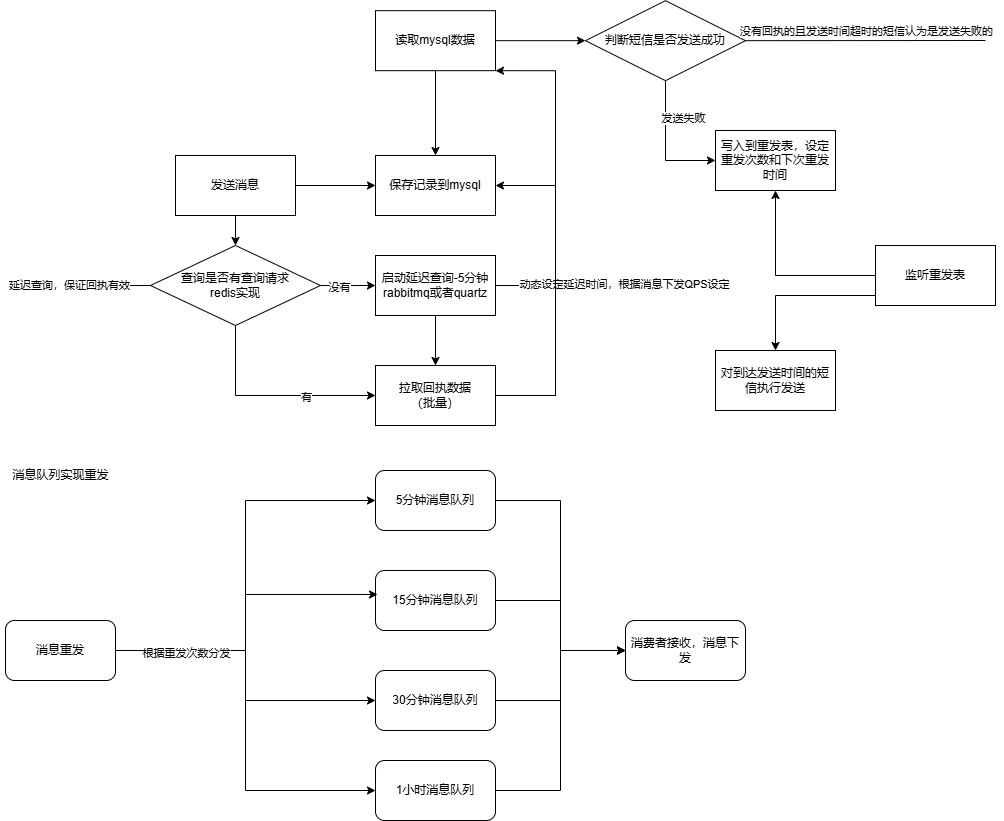
castle926535/xxx keeps this draw.io diagram as 失败重试机制.png. Above is the earlier version. Source tidied: cells renumbered, new cells last; positions are measured from the earlier drawing's top-left corner, leaving out a move shared by most shapes.
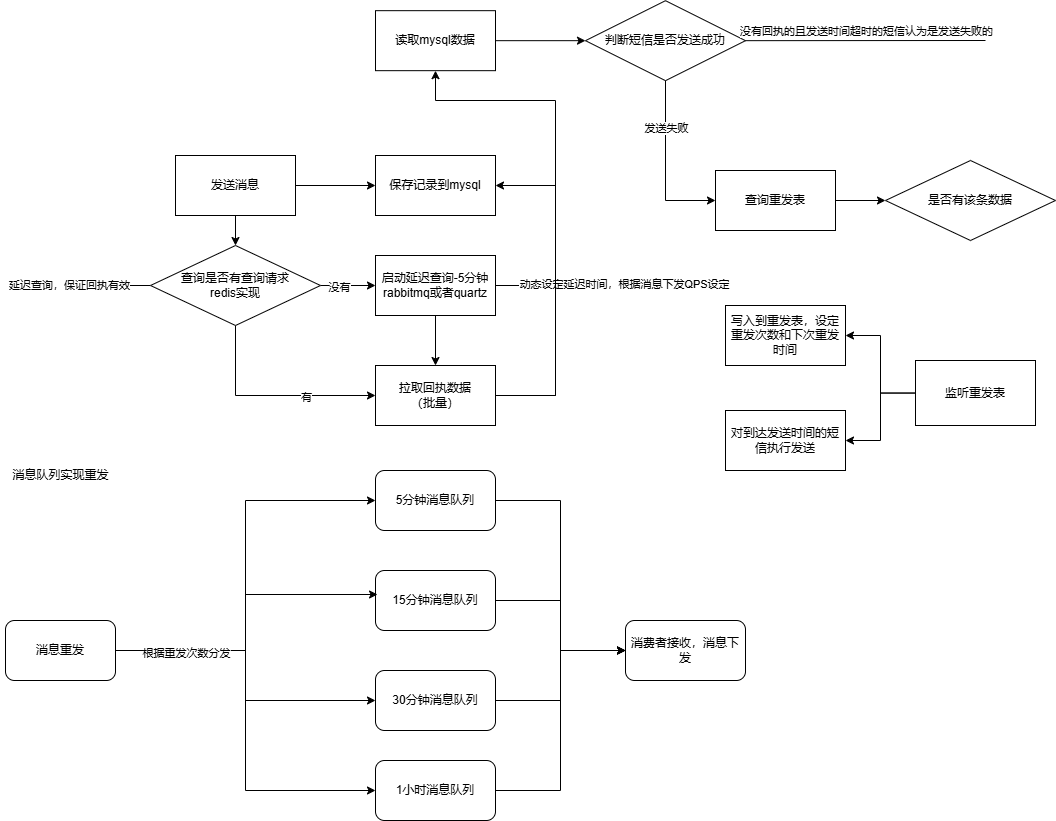
Above is the later version.

Commit message:
更新失败重试机制.png

The edit, as a diff of the source:
```diff
@@ -66,11 +66,12 @@
         </Array>
       </mxGeometry>
     </mxCell>
-    <mxCell id="18" style="edgeStyle=orthogonalEdgeStyle;rounded=0;jettySize=auto;html=1;entryX=1;entryY=1;entryDx=0;entryDy=0;" parent="1" edge="1" source="19" target="26">
+    <mxCell id="18" style="edgeStyle=orthogonalEdgeStyle;rounded=0;jettySize=auto;html=1;entryX=0.5;entryY=1;entryDx=0;entryDy=0;" parent="1" edge="1" source="19" target="26">
       <mxGeometry relative="1" as="geometry">
         <Array as="points">
           <mxPoint x="555" y="395" />
-          <mxPoint x="555" y="70" />
+          <mxPoint x="555" y="100" />
+          <mxPoint x="435" y="100" />
         </Array>
       </mxGeometry>
     </mxCell>
@@ -78,43 +79,40 @@
       <mxGeometry x="375" y="365" width="120" height="60" as="geometry" />
     </mxCell>
     <mxCell id="20" value="写入到重发表，设定重发次数和下次重发时间" style="rounded=0;whiteSpace=wrap;html=1;" parent="1" vertex="1">
-      <mxGeometry x="715" y="130" width="120" height="60" as="geometry" />
+      <mxGeometry x="725" y="305" width="120" height="60" as="geometry" />
     </mxCell>
-    <mxCell id="21" style="edgeStyle=orthogonalEdgeStyle;rounded=0;jettySize=auto;html=1;entryX=0;entryY=0.5;entryDx=0;entryDy=0;" parent="1" edge="1" source="23" target="20">
-      <mxGeometry relative="1" as="geometry" />
+    <mxCell id="21" style="edgeStyle=orthogonalEdgeStyle;rounded=0;jettySize=auto;html=1;exitX=0.5;exitY=1;exitDx=0;exitDy=0;entryX=0;entryY=0.5;entryDx=0;entryDy=0;" parent="1" edge="1" source="23" target="50">
+      <mxGeometry relative="1" as="geometry">
+        <Array as="points">
+          <mxPoint x="665" y="200" />
+        </Array>
+      </mxGeometry>
     </mxCell>
     <mxCell id="22" value="发送失败" style="edgeLabel;html=1;align=center;verticalAlign=middle;" parent="21" vertex="1">
       <mxGeometry x="-0.48" y="3" relative="1" as="geometry">
-        <mxPoint x="14" y="3" as="offset" />
+        <mxPoint x="-3" y="3" as="offset" />
       </mxGeometry>
     </mxCell>
     <mxCell id="23" value="判断短信是否发送成功" style="rhombus;whiteSpace=wrap;html=1;" parent="1" vertex="1">
       <mxGeometry x="585" y="0.2" width="160" height="80" as="geometry" />
     </mxCell>
-    <mxCell id="24" style="edgeStyle=orthogonalEdgeStyle;rounded=0;jettySize=auto;html=1;entryX=0.5;entryY=0;entryDx=0;entryDy=0;" parent="1" edge="1" source="26" target="2">
-      <mxGeometry relative="1" as="geometry" />
-    </mxCell>
     <mxCell id="25" style="edgeStyle=orthogonalEdgeStyle;rounded=0;jettySize=auto;html=1;exitX=1;exitY=0.5;exitDx=0;exitDy=0;entryX=0;entryY=0.5;entryDx=0;entryDy=0;" parent="1" edge="1" source="26" target="23">
       <mxGeometry relative="1" as="geometry" />
     </mxCell>
     <mxCell id="26" value="读取mysql数据" style="rounded=0;whiteSpace=wrap;html=1;" parent="1" vertex="1">
       <mxGeometry x="375" y="10.2" width="120" height="60" as="geometry" />
     </mxCell>
+    <mxCell id="28" style="edgeStyle=orthogonalEdgeStyle;rounded=0;jettySize=auto;html=1;entryX=1;entryY=0.5;entryDx=0;entryDy=0;" parent="1" edge="1" source="29" target="20">
+      <mxGeometry relative="1" as="geometry" />
+    </mxCell>
-    <mxCell id="27" style="edgeStyle=orthogonalEdgeStyle;rounded=0;jettySize=auto;html=1;exitX=1;exitY=0.5;exitDx=0;exitDy=0;" parent="1" edge="1" source="29" target="30">
-      <mxGeometry relative="1" as="geometry">
-        <Array as="points">
-          <mxPoint x="775" y="295" />
-        </Array>
-      </mxGeometry>
+    <mxCell id="27" style="edgeStyle=orthogonalEdgeStyle;rounded=0;jettySize=auto;html=1;entryX=1;entryY=0.5;entryDx=0;entryDy=0;" parent="1" edge="1" source="29" target="30">
+      <mxGeometry relative="1" as="geometry" />
     </mxCell>
-    <mxCell id="28" style="edgeStyle=orthogonalEdgeStyle;rounded=0;jettySize=auto;html=1;entryX=0.5;entryY=1;entryDx=0;entryDy=0;" parent="1" edge="1" source="29" target="20">
-      <mxGeometry relative="1" as="geometry" />
-    </mxCell>
     <mxCell id="29" value="监听重发表" style="rounded=0;whiteSpace=wrap;html=1;" parent="1" vertex="1">
-      <mxGeometry x="875" y="245" width="120" height="60" as="geometry" />
+      <mxGeometry x="915" y="360" width="120" height="65" as="geometry" />
     </mxCell>
     <mxCell id="30" value="对到达发送时间的短信执行发送" style="rounded=0;whiteSpace=wrap;html=1;" parent="1" vertex="1">
-      <mxGeometry x="715" y="350" width="120" height="60" as="geometry" />
+      <mxGeometry x="725" y="410" width="120" height="60" as="geometry" />
     </mxCell>
     <mxCell id="31" style="endArrow=none;html=1;rounded=0;exitX=1;exitY=0.5;exitDx=0;exitDy=0;" parent="1" edge="1" source="23">
       <mxGeometry relative="1" as="geometry">
@@ -172,5 +170,14 @@
     <mxCell id="48" value="消息队列实现重发" style="text;html=1;align=center;verticalAlign=middle;strokeColor=none;fillColor=none;" parent="1" vertex="1">
       <mxGeometry y="460" width="120" height="30" as="geometry" />
     </mxCell>
+    <mxCell id="49" style="edgeStyle=orthogonalEdgeStyle;rounded=0;jettySize=auto;html=1;" parent="1" edge="1" source="50" target="51">
+      <mxGeometry relative="1" as="geometry" />
+    </mxCell>
+    <mxCell id="50" value="查询重发表" style="rounded=0;whiteSpace=wrap;html=1;" parent="1" vertex="1">
+      <mxGeometry x="715" y="170" width="120" height="60" as="geometry" />
+    </mxCell>
+    <mxCell id="51" value="是否有该条数据" style="rhombus;whiteSpace=wrap;html=1;rounded=0;" parent="1" vertex="1">
+      <mxGeometry x="885" y="160" width="170" height="80" as="geometry" />
+    </mxCell>
   </root>
 </mxGraphModel>
```
